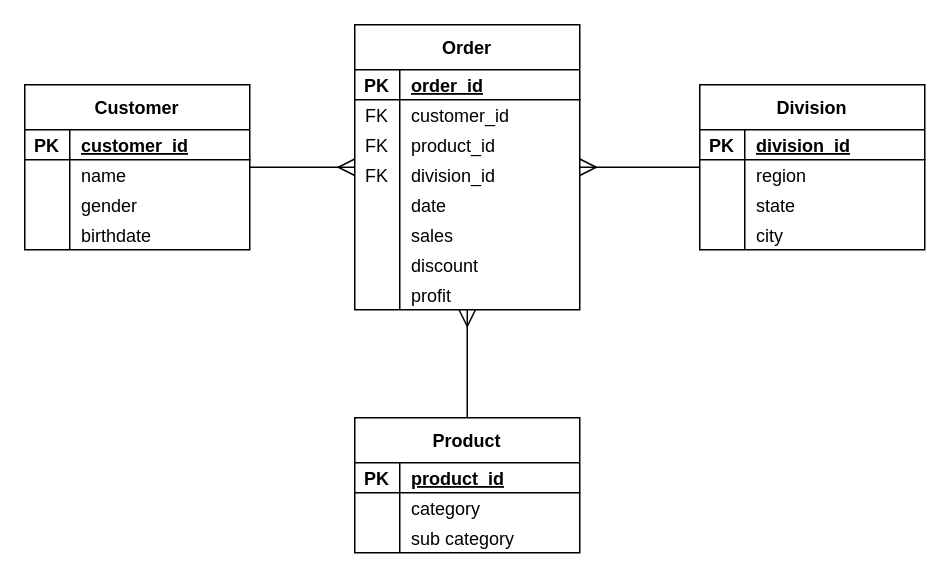
Above: page "DW & ETL" (1 of 3) of datawarehouse.drawio in Swithan/Datawarehouse-ETL (draw.io), before the change. Source tidied: cells renumbered, new cells numbered last; positions are measured from the earlier drawing's top-left corner, leaving out a move shared by most shapes. Both pictures are drawn from the tidied source at 150%, with x=0, y=0 at pixel (24, 24).
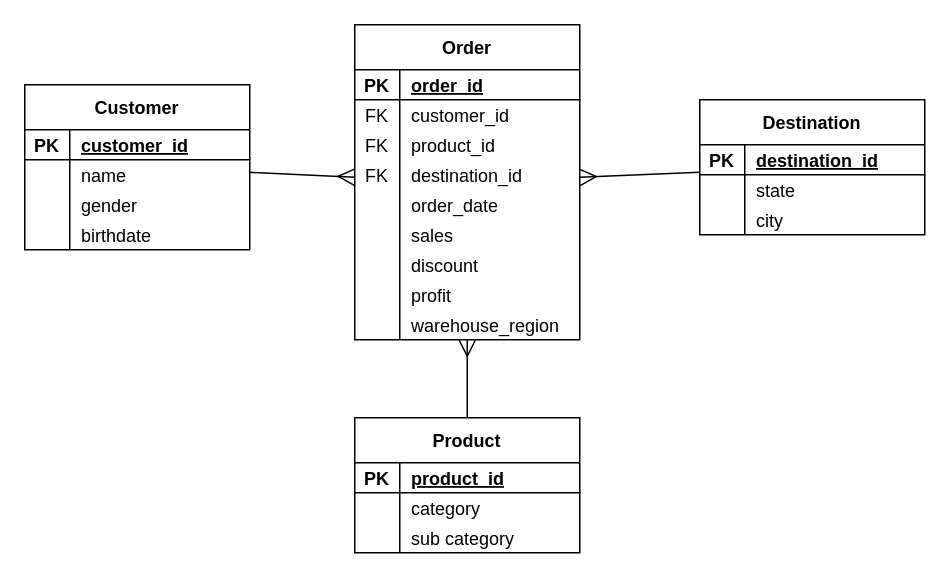
Above is the later version.

The change refers to these unchanged cells:
```xml
<mxCell id="3" style="shape=partialRectangle;fillColor=none;top=0;left=0;right=0;bottom=1;" parent="2" vertex="1">
  <mxGeometry y="30" width="150" height="20" as="geometry" />
</mxCell>
<mxCell id="48" style="shape=partialRectangle;fillColor=none;top=0;left=0;right=0;bottom=0;" parent="38" vertex="1">
  <mxGeometry y="90" width="150" height="20" as="geometry" />
</mxCell>
<mxCell id="51" style="shape=partialRectangle;fillColor=none;top=0;left=0;right=0;bottom=0;" parent="38" vertex="1">
  <mxGeometry y="110" width="150" height="20" as="geometry" />
</mxCell>
```

Change to the diagram source:
```diff
@@
-    <mxCell id="2" value="Division" style="shape=table;startSize=30;childLayout=tableLayout;rowLines=0;fontStyle=1;align=center;" parent="1" vertex="1">
-      <mxGeometry x="450" y="40" width="150" height="110" as="geometry" />
+    <mxCell id="2" value="Destination" style="shape=table;startSize=30;childLayout=tableLayout;rowLines=0;fontStyle=1;align=center;" parent="1" vertex="1">
+      <mxGeometry x="450" y="50" width="150" height="90" as="geometry" />
     </mxCell>
@@
-    <mxCell id="5" value="division_id" style="shape=partialRectangle;overflow=hidden;fillColor=none;top=0;left=0;bottom=0;right=0;align=left;spacingLeft=6;fontStyle=5;" parent="3" vertex="1">
+    <mxCell id="5" value="destination_id" style="shape=partialRectangle;overflow=hidden;fillColor=none;top=0;left=0;bottom=0;right=0;align=left;spacingLeft=6;fontStyle=5;" parent="3" vertex="1">
       <mxGeometry x="30" width="120" height="20" as="geometry" />
     </mxCell>
-    <mxCell id="6" style="shape=partialRectangle;fillColor=none;top=0;left=0;right=0;bottom=0;" parent="2" vertex="1">
-      <mxGeometry y="50" width="150" height="20" as="geometry" />
-    </mxCell>
-    <mxCell id="7" style="shape=partialRectangle;overflow=hidden;fillColor=none;top=0;left=0;bottom=0;right=0;" parent="6" vertex="1">
-      <mxGeometry width="30" height="20" as="geometry" />
-    </mxCell>
-    <mxCell id="8" value="region" style="shape=partialRectangle;overflow=hidden;fillColor=none;top=0;left=0;bottom=0;right=0;align=left;spacingLeft=6;" parent="6" vertex="1">
-      <mxGeometry x="30" width="120" height="20" as="geometry" />
-    </mxCell>
     <mxCell id="9" style="shape=partialRectangle;fillColor=none;top=0;left=0;right=0;bottom=0;" parent="2" vertex="1">
-      <mxGeometry y="70" width="150" height="20" as="geometry" />
+      <mxGeometry y="50" width="150" height="20" as="geometry" />
     </mxCell>
@@
     <mxCell id="12" style="shape=partialRectangle;fillColor=none;top=0;left=0;right=0;bottom=0;" parent="2" vertex="1">
-      <mxGeometry y="90" width="150" height="20" as="geometry" />
+      <mxGeometry y="70" width="150" height="20" as="geometry" />
     </mxCell>
@@
     <mxCell id="38" value="Order" style="shape=table;startSize=30;childLayout=tableLayout;rowLines=0;fontStyle=1;align=center;" parent="1" vertex="1">
-      <mxGeometry x="220" width="150" height="190" as="geometry" />
+      <mxGeometry x="220" width="150" height="210" as="geometry" />
     </mxCell>
@@
-    <mxCell id="50" value="division_id" style="shape=partialRectangle;overflow=hidden;fillColor=none;top=0;left=0;bottom=0;right=0;align=left;spacingLeft=6;" parent="48" vertex="1">
+    <mxCell id="50" value="destination_id" style="shape=partialRectangle;overflow=hidden;fillColor=none;top=0;left=0;bottom=0;right=0;align=left;spacingLeft=6;" parent="48" vertex="1">
       <mxGeometry x="30" width="120" height="20" as="geometry" />
     </mxCell>
@@
-    <mxCell id="53" value="date" style="shape=partialRectangle;overflow=hidden;fillColor=none;top=0;left=0;bottom=0;right=0;align=left;spacingLeft=6;" parent="51" vertex="1">
+    <mxCell id="53" value="order_date" style="shape=partialRectangle;overflow=hidden;fillColor=none;top=0;left=0;bottom=0;right=0;align=left;spacingLeft=6;" parent="51" vertex="1">
       <mxGeometry x="30" width="120" height="20" as="geometry" />
     </mxCell>
@@
+    <mxCell id="66" style="shape=partialRectangle;fillColor=none;top=0;left=0;right=0;bottom=0;" parent="38" vertex="1">
+      <mxGeometry y="190" width="150" height="20" as="geometry" />
+    </mxCell>
+    <mxCell id="7" style="shape=partialRectangle;overflow=hidden;fillColor=none;top=0;left=0;bottom=0;right=0;" parent="66" vertex="1">
+      <mxGeometry width="30" height="20" as="geometry" />
+    </mxCell>
+    <mxCell id="67" value="warehouse_region" style="shape=partialRectangle;overflow=hidden;fillColor=none;top=0;left=0;bottom=0;right=0;align=left;spacingLeft=6;" parent="66" vertex="1">
+      <mxGeometry x="30" width="120" height="20" as="geometry" />
+    </mxCell>
```
